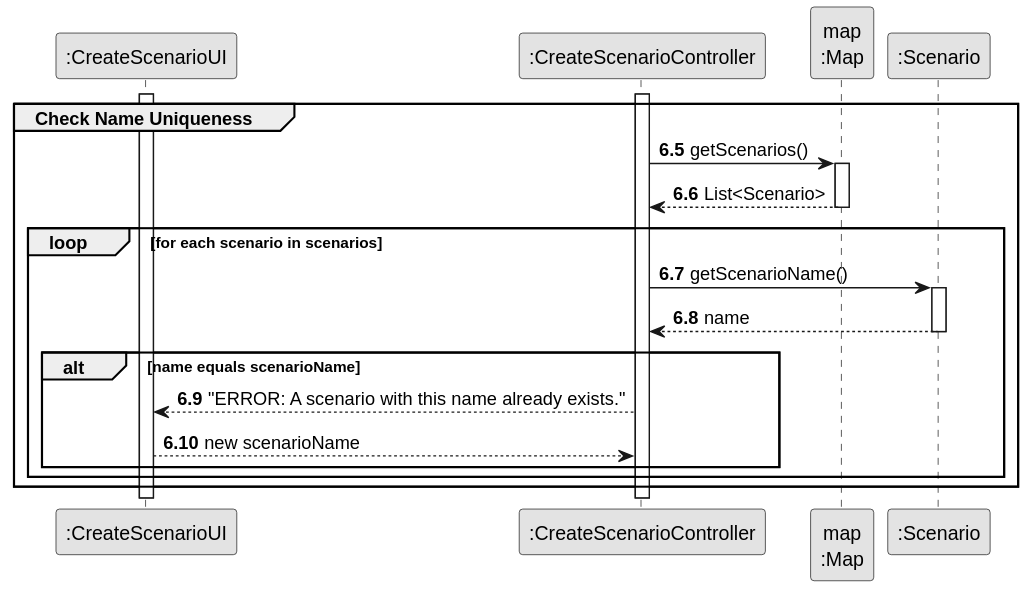
ivasduarte/all-aboard keeps this PlantUML diagram as docs/sprint3/us004/03.design/svg/us004-sd-partial-check-name-uniqueness.svg. Above is the earlier version.
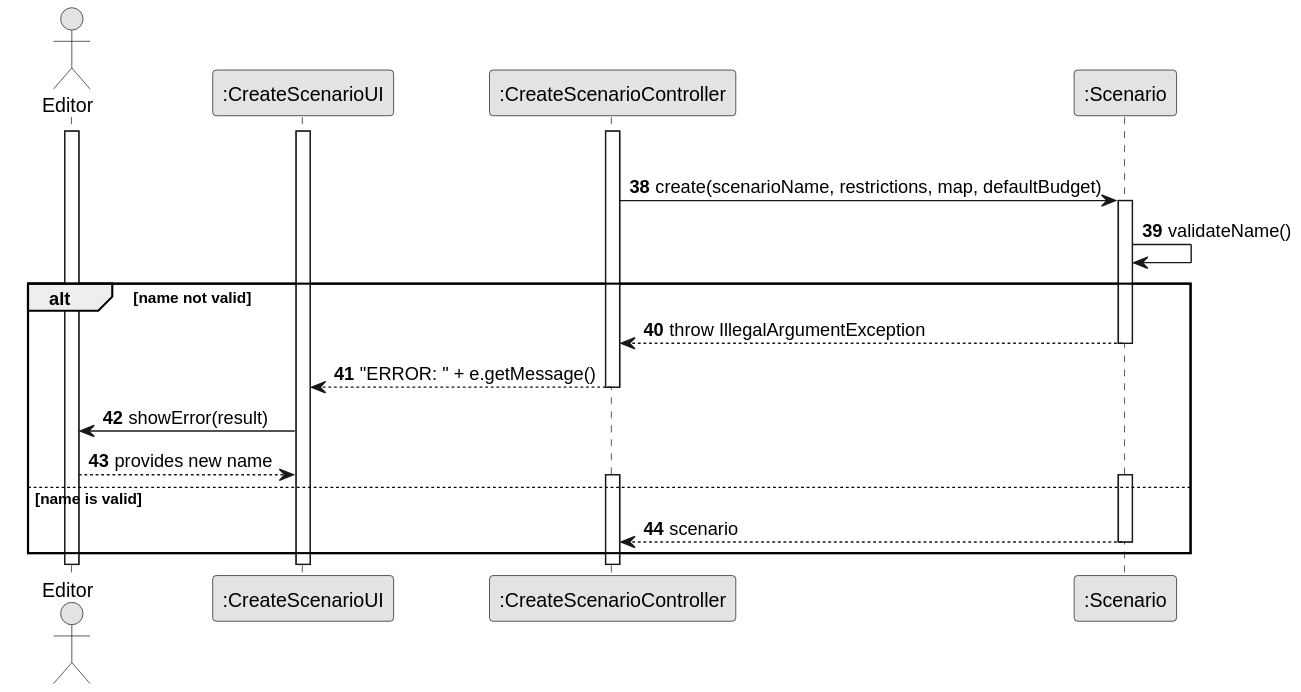
The same diagram one commit later.

Change to the diagram source:
```diff
@@ -3,32 +3,34 @@
 skinparam packageStyle rectangle
 skinparam shadowing false
 
+actor "Editor"
 participant ":CreateScenarioUI" as UI
 participant ":CreateScenarioController" as CTRL
-participant "map\n:Map" as Map
 participant ":Scenario" as Scenario
 
-autonumber 6.5
+autonumber 38
 
+activate Editor
 activate UI
 activate CTRL
 
-group Check Name Uniqueness
-    CTRL -> Map : getScenarios()
-    activate Map
-    Map --> CTRL : List<Scenario>
-    deactivate Map
+    group Check Name Uniqueness
+        CTRL -> Scenario : create(scenarioName, restrictions, map, defaultBudget)
+        activate Scenario
+        Scenario -> Scenario : validateName()
+        alt name not valid
+            Scenario --> CTRL : throw IllegalArgumentException
+            deactivate Scenario
+            CTRL --> UI : "ERROR: " + e.getMessage()
+            deactivate CTRL
+            UI -> Editor : showError(result)
+            Editor --> UI : provides new name
 
-    loop for each scenario in scenarios
-        CTRL -> Scenario : getScenarioName()
-        activate Scenario
-        Scenario --> CTRL : name
-        deactivate Scenario
+        else name is valid
 
-        alt name equals scenarioName
-            CTRL --> UI : "ERROR: A scenario with this name already exists."
-            UI --> CTRL : new scenarioName
-        end
+            activate Scenario
+            activate CTRL
+            Scenario --> CTRL : scenario
+            deactivate Scenario
     end
-end
 @enduml
```
